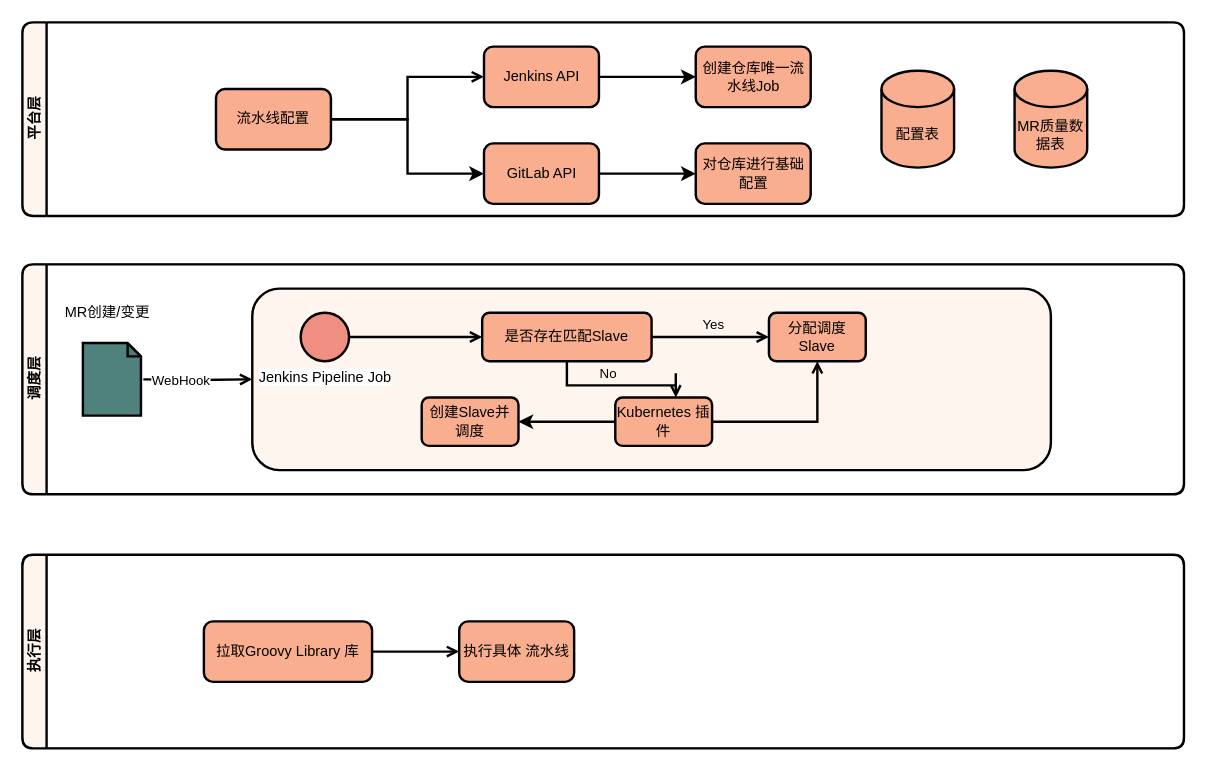
Before: cicd.drawio in yili1992/Jeninks-Best-Practices, a draw.io diagram. Source tidied: cells renumbered, new cells numbered last; positions are measured from the earlier drawing's top-left corner, leaving out a move shared by most shapes. Both pictures are drawn from the tidied source at 121%, with x=0, y=0 at pixel (22, 22).
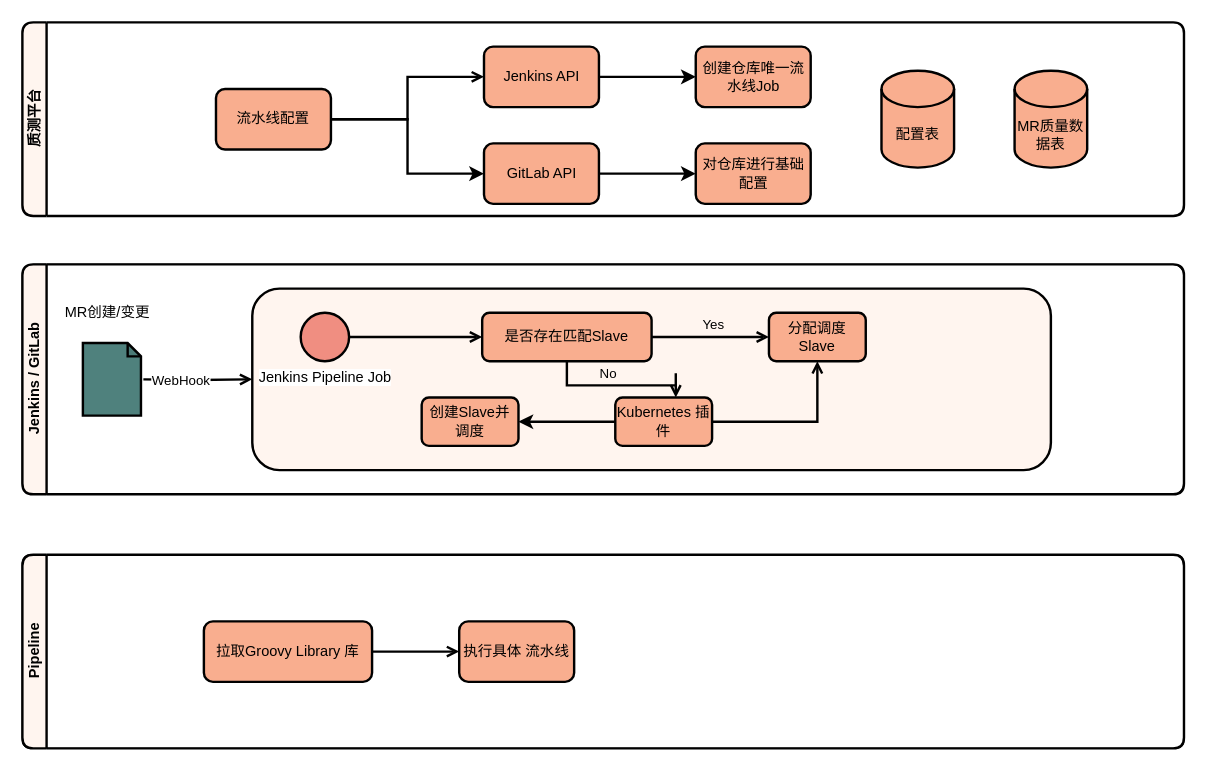
After the change.

The edit, as a diff of the source:
```diff
@@
-    <mxCell id="4" value="平台层" style="swimlane;html=1;horizontal=0;startSize=20;rounded=1;strokeWidth=2;fillColor=#FFF5EF;" parent="1" vertex="1">
+    <mxCell id="4" value="质测平台" style="swimlane;html=1;horizontal=0;startSize=20;rounded=1;strokeWidth=2;fillColor=#FFF5EF;" parent="1" vertex="1">
       <mxGeometry width="960" height="160" as="geometry" />
     </mxCell>
@@
-    <mxCell id="16" value="调度层" style="swimlane;html=1;horizontal=0;startSize=20;rounded=1;strokeWidth=2;fillColor=#FFF5EF;" parent="1" vertex="1">
+    <mxCell id="16" value="Jenkins / GitLab" style="swimlane;html=1;horizontal=0;startSize=20;rounded=1;strokeWidth=2;fillColor=#FFF5EF;" parent="1" vertex="1">
       <mxGeometry y="200" width="960" height="190" as="geometry" />
     </mxCell>
@@
-    <mxCell id="27" value="执行层" style="swimlane;html=1;horizontal=0;startSize=20;rounded=1;strokeWidth=2;fillColor=#FFF5EF;" parent="1" vertex="1">
+    <mxCell id="27" value="Pipeline" style="swimlane;html=1;horizontal=0;startSize=20;rounded=1;strokeWidth=2;fillColor=#FFF5EF;" parent="1" vertex="1">
       <mxGeometry y="440" width="960" height="160" as="geometry" />
     </mxCell>
```
